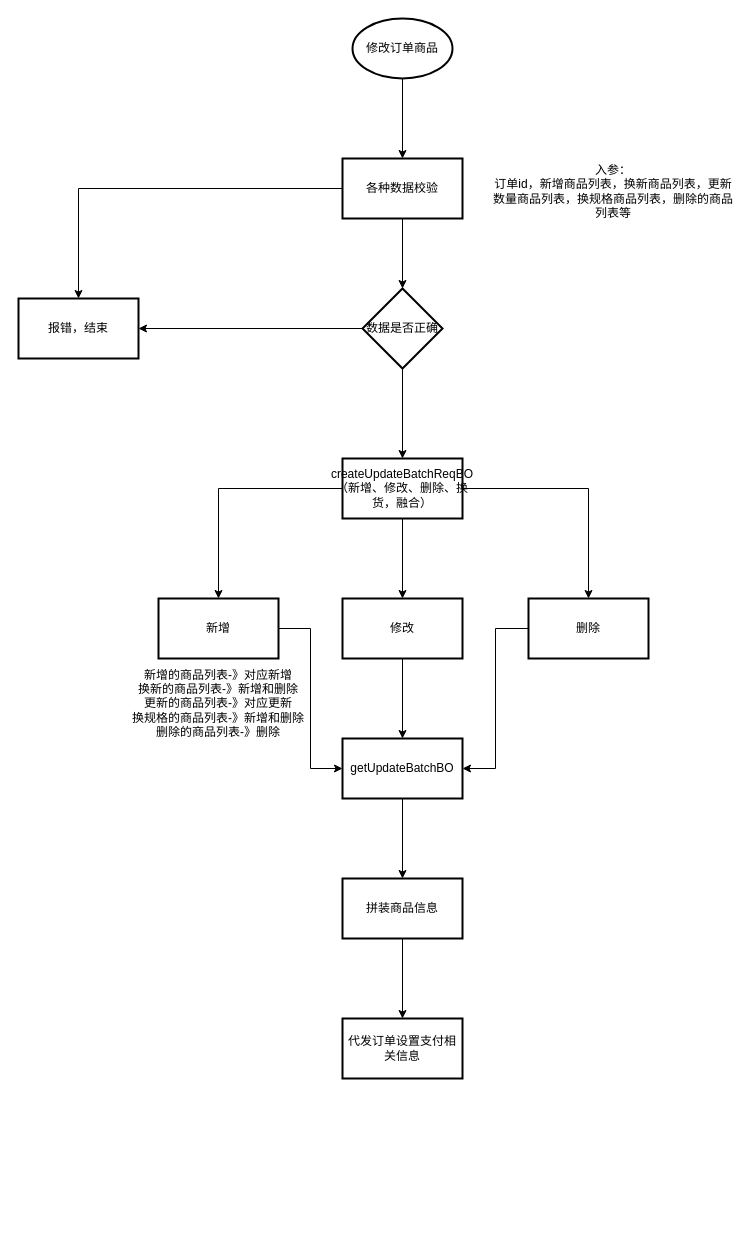
Before: 修改订单商品.drawio in bian0814/draw.io, a draw.io diagram. Source tidied: cells renumbered, new cells numbered last; positions are measured from the earlier drawing's top-left corner, leaving out a move shared by most shapes. Both pictures are drawn from the tidied source at 100%, with x=0, y=0 at pixel (18, 18).
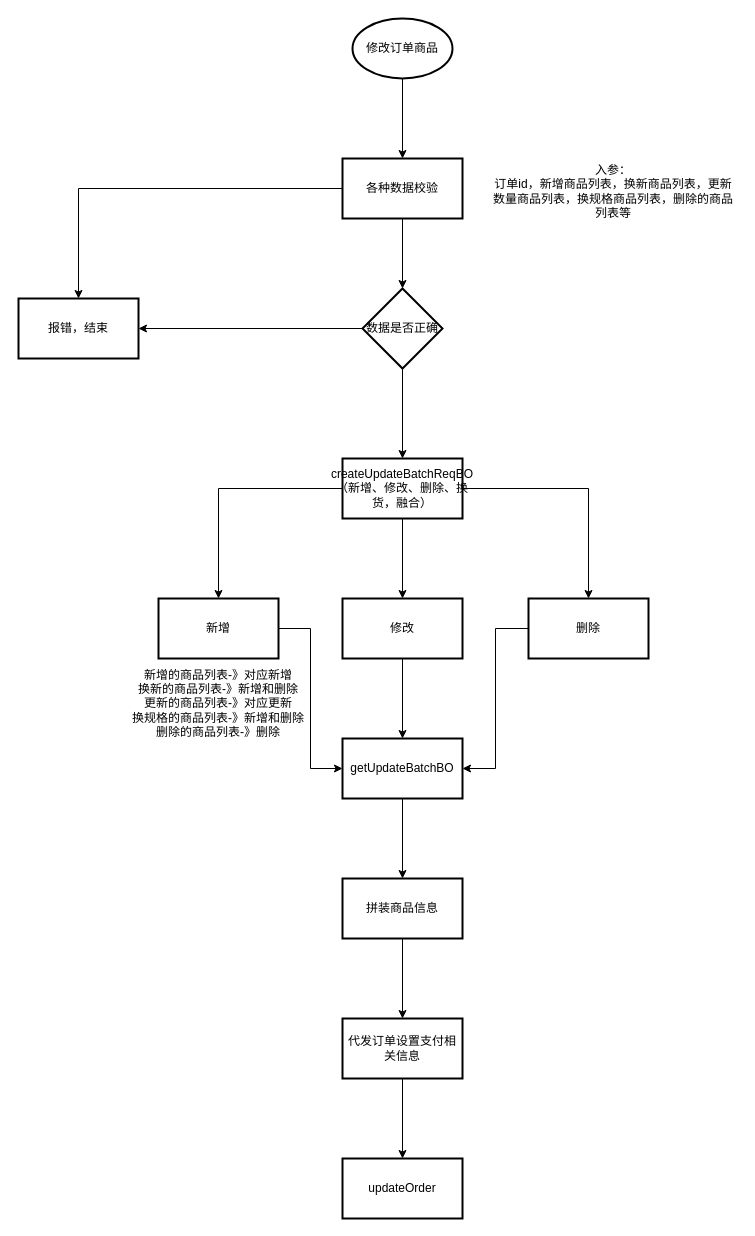
The same diagram, later.

Commit message (it also covers changes not shown here):
更新修改订单商品.drawio

Unchanged cells that the change refers to:
```xml
<mxCell id="27" value="代发订单设置支付相关信息" style="whiteSpace=wrap;html=1;strokeWidth=2;" parent="1" vertex="1">
  <mxGeometry x="324" y="1000" width="120" height="60" as="geometry" />
</mxCell>
```

Change to the diagram source:
```diff
@@
+    <mxCell id="28" style="edgeStyle=orthogonalEdgeStyle;rounded=0;jettySize=auto;html=1;" parent="1" edge="1" source="27" target="29">
+      <mxGeometry relative="1" as="geometry" />
+    </mxCell>
@@
+    <mxCell id="29" value="updateOrder" style="whiteSpace=wrap;html=1;strokeWidth=2;" parent="1" vertex="1">
+      <mxGeometry x="324" y="1140" width="120" height="60" as="geometry" />
+    </mxCell>
```
